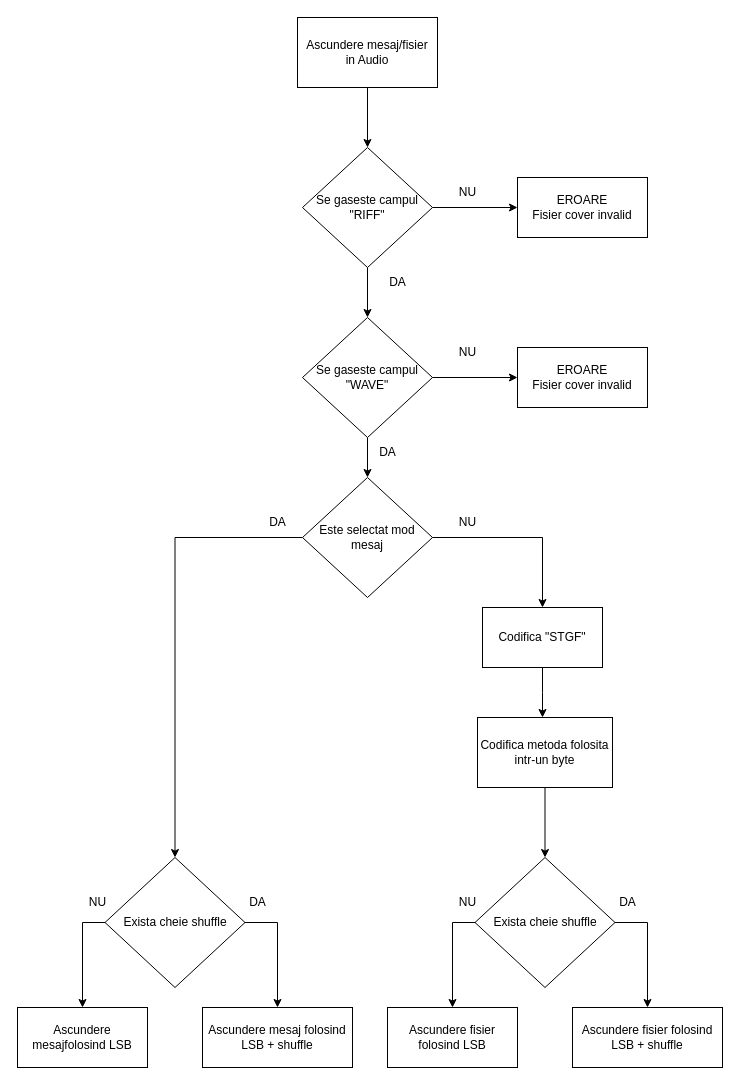
Before: hide_message/image_in_wav.drawio in DarkD18/Aplicatie_steganografie, a draw.io diagram. Source tidied: cells renumbered, new cells numbered last; positions are measured from the earlier drawing's top-left corner, leaving out a move shared by most shapes. Both pictures are drawn from the tidied source at 100%, with x=0, y=0 at pixel (17, 17).
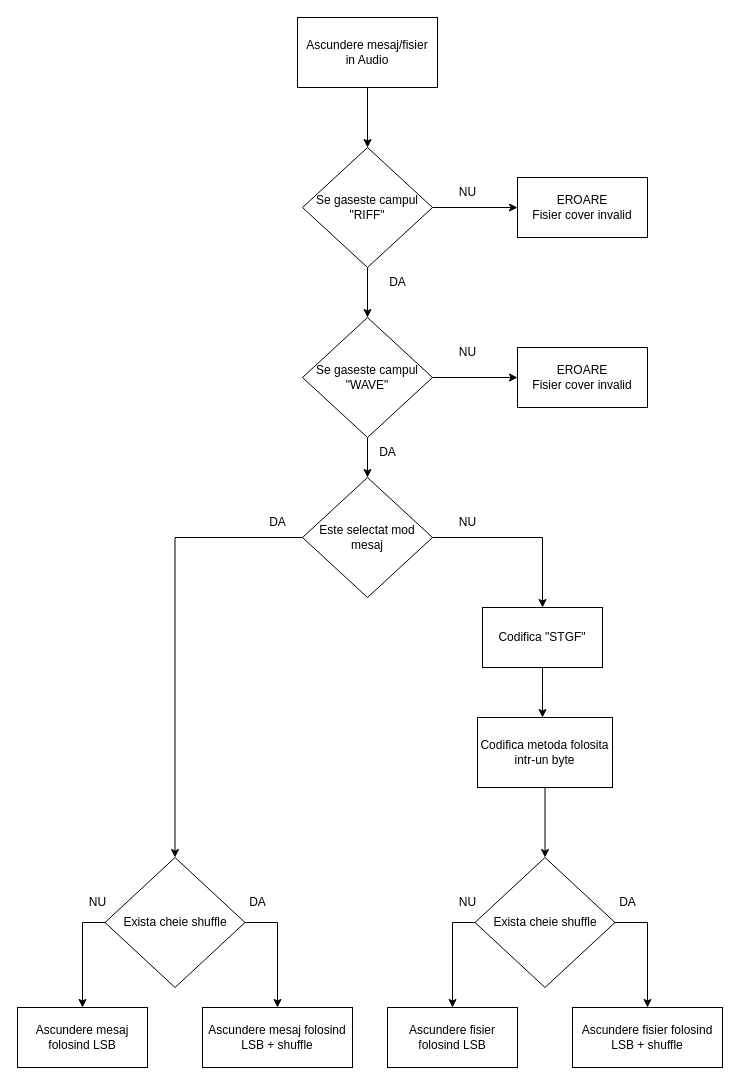
The same diagram, later.

Commit message (it also covers changes not shown here):
Update hide_message/image_in_wav.drawio

Change to the diagram source:
```diff
@@
-    <mxCell id="37" value="Ascundere mesajfolosind LSB" style="rounded=0;whiteSpace=wrap;html=1;" parent="1" vertex="1">
+    <mxCell id="37" value="Ascundere mesaj folosind LSB" style="rounded=0;whiteSpace=wrap;html=1;" parent="1" vertex="1">
       <mxGeometry y="990" width="130" height="60" as="geometry" />
     </mxCell>
```
